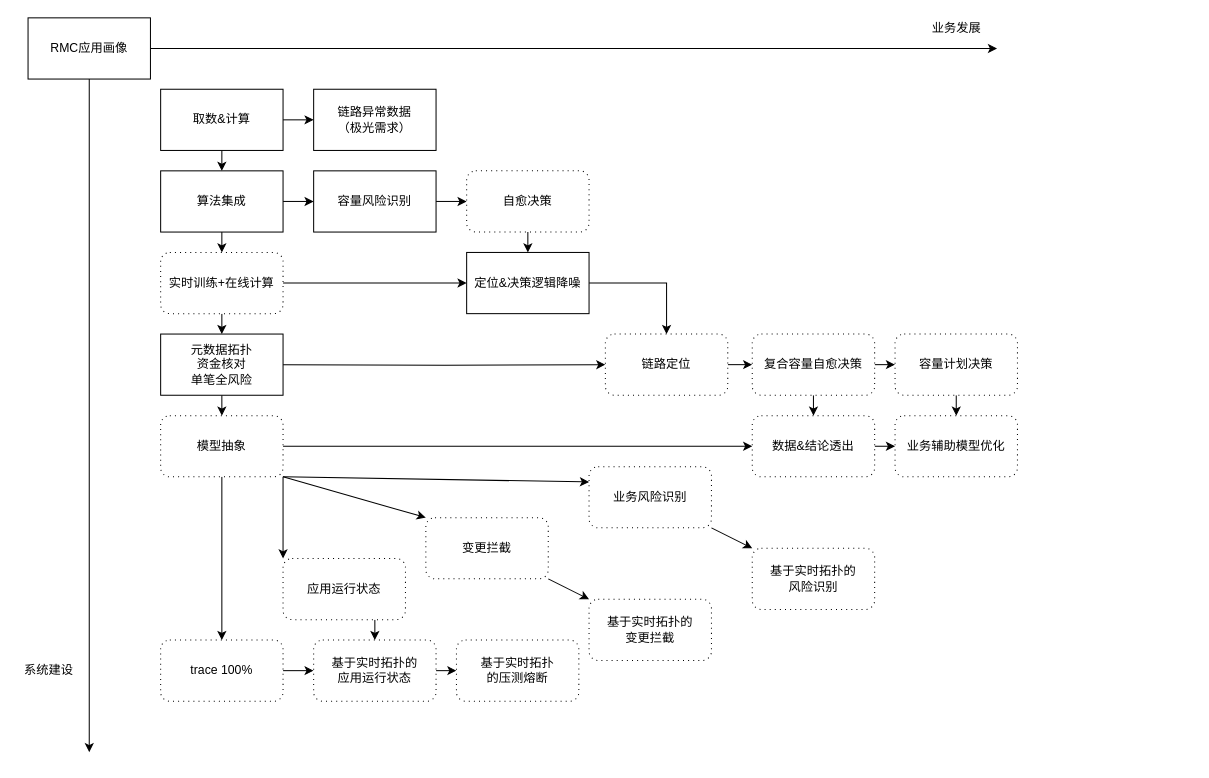
Above: 容量风险识别.drawio in frankneu/draw.io (draw.io), before the change. Source tidied: cells renumbered, new cells numbered last; positions are measured from the earlier drawing's top-left corner, leaving out a move shared by most shapes. Both pictures are drawn from the tidied source at 102%, with x=0, y=0 at pixel (17, 17).
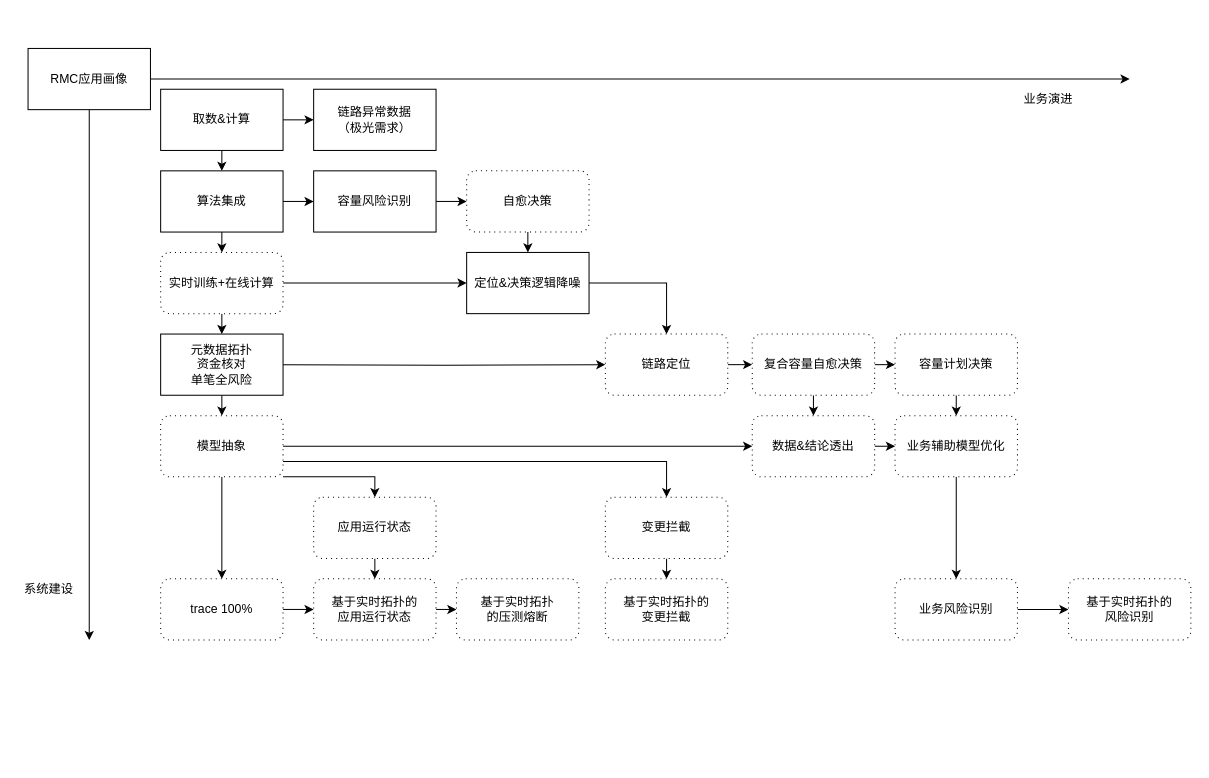
Above is the later version.

Commit message (it also covers changes not shown here):
Update 容量风险识别.drawio

Unchanged cells that the change refers to:
```xml
<mxCell id="16" value="模型抽象" style="shape=ext;rounded=1;html=1;whiteSpace=wrap;dashed=1;dashPattern=1 4;" parent="1" vertex="1">
  <mxGeometry x="140" y="390" width="120" height="60" as="geometry" />
</mxCell>
<mxCell id="49" value="&lt;span&gt;业务辅助模型优化&lt;/span&gt;" style="shape=ext;rounded=1;html=1;whiteSpace=wrap;dashed=1;dashPattern=1 4;" parent="1" vertex="1">
  <mxGeometry x="860" y="390" width="120" height="60" as="geometry" />
</mxCell>
```

The edit, as a diff of the source:
```diff
@@
     <mxCell id="2" style="edgeStyle=orthogonalEdgeStyle;rounded=0;jettySize=auto;html=1;exitX=1;exitY=0.5;exitDx=0;exitDy=0;" parent="1" edge="1" source="4">
       <mxGeometry relative="1" as="geometry">
-        <mxPoint x="960" y="30" as="targetPoint" />
+        <mxPoint x="1090" y="60" as="targetPoint" />
       </mxGeometry>
     </mxCell>
     <mxCell id="3" style="edgeStyle=orthogonalEdgeStyle;rounded=0;jettySize=auto;html=1;exitX=0.5;exitY=1;exitDx=0;exitDy=0;" parent="1" edge="1" source="4">
       <mxGeometry relative="1" as="geometry">
-        <mxPoint x="70" y="720" as="targetPoint" />
+        <mxPoint x="70" y="610" as="targetPoint" />
       </mxGeometry>
     </mxCell>
     <mxCell id="4" value="RMC应用画像" style="rounded=0;whiteSpace=wrap;html=1;" parent="1" vertex="1">
-      <mxGeometry x="10" width="120" height="60" as="geometry" />
+      <mxGeometry x="10" y="30" width="120" height="60" as="geometry" />
     </mxCell>
@@
-    <mxCell id="11" style="rounded=0;jettySize=auto;html=1;exitX=1;exitY=1;exitDx=0;exitDy=0;entryX=0;entryY=0;entryDx=0;entryDy=0;" parent="1" edge="1" source="16" target="39">
-      <mxGeometry relative="1" as="geometry" />
-    </mxCell>
-    <mxCell id="12" style="edgeStyle=none;rounded=0;jettySize=auto;html=1;exitX=1;exitY=1;exitDx=0;exitDy=0;entryX=0;entryY=0.25;entryDx=0;entryDy=0;" parent="1" edge="1" source="16" target="41">
-      <mxGeometry relative="1" as="geometry" />
-    </mxCell>
-    <mxCell id="13" style="edgeStyle=none;rounded=0;jettySize=auto;html=1;exitX=1;exitY=1;exitDx=0;exitDy=0;entryX=0;entryY=0;entryDx=0;entryDy=0;" parent="1" edge="1" source="16" target="43">
-      <mxGeometry relative="1" as="geometry" />
-    </mxCell>
@@
+    <mxCell id="13" style="edgeStyle=orthogonalEdgeStyle;rounded=0;jettySize=auto;html=1;exitX=1;exitY=1;exitDx=0;exitDy=0;entryX=0.5;entryY=0;entryDx=0;entryDy=0;" parent="1" edge="1" source="16" target="43">
+      <mxGeometry relative="1" as="geometry">
+        <Array as="points">
+          <mxPoint x="350" y="450" />
+        </Array>
+      </mxGeometry>
+    </mxCell>
+    <mxCell id="11" style="edgeStyle=orthogonalEdgeStyle;rounded=0;jettySize=auto;html=1;exitX=1;exitY=0.75;exitDx=0;exitDy=0;entryX=0.5;entryY=0;entryDx=0;entryDy=0;" parent="1" edge="1" source="16" target="39">
+      <mxGeometry relative="1" as="geometry" />
+    </mxCell>
@@
-    <mxCell id="29" value="业务发展" style="text;html=1;align=center;verticalAlign=middle;" parent="1" vertex="1">
-      <mxGeometry x="890" width="60" height="20" as="geometry" />
+    <mxCell id="29" value="业务演进" style="text;html=1;align=center;verticalAlign=middle;" parent="1" vertex="1">
+      <mxGeometry x="980" y="70" width="60" height="20" as="geometry" />
     </mxCell>
     <mxCell id="30" value="系统建设" style="text;html=1;align=center;verticalAlign=middle;" parent="1" vertex="1">
-      <mxGeometry y="630" width="60" height="20" as="geometry" />
+      <mxGeometry y="550" width="60" height="20" as="geometry" />
     </mxCell>
@@
-    <mxCell id="38" style="edgeStyle=none;rounded=0;jettySize=auto;html=1;exitX=1;exitY=1;exitDx=0;exitDy=0;entryX=0;entryY=0;entryDx=0;entryDy=0;" parent="1" edge="1" source="39" target="53">
-      <mxGeometry relative="1" as="geometry">
-        <Array as="points">
-          <mxPoint x="520" y="550" />
-        </Array>
-      </mxGeometry>
+    <mxCell id="38" style="edgeStyle=orthogonalEdgeStyle;rounded=0;jettySize=auto;html=1;exitX=0.5;exitY=1;exitDx=0;exitDy=0;entryX=0.5;entryY=0;entryDx=0;entryDy=0;" parent="1" edge="1" source="39" target="53">
+      <mxGeometry relative="1" as="geometry" />
     </mxCell>
     <mxCell id="39" value="&lt;span&gt;变更拦截&lt;/span&gt;" style="shape=ext;rounded=1;html=1;whiteSpace=wrap;dashed=1;dashPattern=1 4;" parent="1" vertex="1">
-      <mxGeometry x="400" y="490" width="120" height="60" as="geometry" />
+      <mxGeometry x="576" y="470" width="120" height="60" as="geometry" />
     </mxCell>
-    <mxCell id="40" style="edgeStyle=none;rounded=0;jettySize=auto;html=1;exitX=1;exitY=1;exitDx=0;exitDy=0;entryX=0;entryY=0;entryDx=0;entryDy=0;" parent="1" edge="1" source="41" target="54">
+    <mxCell id="40" style="edgeStyle=orthogonalEdgeStyle;rounded=0;jettySize=auto;html=1;exitX=1;exitY=0.5;exitDx=0;exitDy=0;" parent="1" edge="1" source="41" target="54">
       <mxGeometry relative="1" as="geometry" />
     </mxCell>
     <mxCell id="41" value="业务风险识别" style="shape=ext;rounded=1;html=1;whiteSpace=wrap;dashed=1;dashPattern=1 4;" parent="1" vertex="1">
-      <mxGeometry x="560" y="440" width="120" height="60" as="geometry" />
+      <mxGeometry x="860" y="550" width="120" height="60" as="geometry" />
     </mxCell>
-    <mxCell id="42" style="edgeStyle=none;rounded=0;jettySize=auto;html=1;exitX=0.75;exitY=1;exitDx=0;exitDy=0;entryX=0.5;entryY=0;entryDx=0;entryDy=0;" parent="1" edge="1" source="43" target="51">
+    <mxCell id="42" style="edgeStyle=orthogonalEdgeStyle;rounded=0;jettySize=auto;html=1;exitX=0.5;exitY=1;exitDx=0;exitDy=0;entryX=0.5;entryY=0;entryDx=0;entryDy=0;" parent="1" edge="1" source="43" target="51">
       <mxGeometry relative="1" as="geometry" />
     </mxCell>
     <mxCell id="43" value="应用运行状态" style="shape=ext;rounded=1;html=1;whiteSpace=wrap;dashed=1;dashPattern=1 4;" parent="1" vertex="1">
-      <mxGeometry x="260" y="530" width="120" height="60" as="geometry" />
+      <mxGeometry x="290" y="470" width="120" height="60" as="geometry" />
     </mxCell>
@@
     <mxCell id="45" value="trace 100%" style="shape=ext;rounded=1;html=1;whiteSpace=wrap;dashed=1;dashPattern=1 4;" parent="1" vertex="1">
-      <mxGeometry x="140" y="610" width="120" height="60" as="geometry" />
+      <mxGeometry x="140" y="550" width="120" height="60" as="geometry" />
     </mxCell>
@@
+    <mxCell id="55" style="edgeStyle=orthogonalEdgeStyle;rounded=0;jettySize=auto;html=1;exitX=0.5;exitY=1;exitDx=0;exitDy=0;entryX=0.5;entryY=0;entryDx=0;entryDy=0;" parent="1" edge="1" source="49" target="41">
+      <mxGeometry relative="1" as="geometry" />
+    </mxCell>
@@
     <mxCell id="51" value="基于实时拓扑的&lt;br&gt;应用运行状态" style="shape=ext;rounded=1;html=1;whiteSpace=wrap;dashed=1;dashPattern=1 4;" parent="1" vertex="1">
-      <mxGeometry x="290" y="610" width="120" height="60" as="geometry" />
+      <mxGeometry x="290" y="550" width="120" height="60" as="geometry" />
     </mxCell>
     <mxCell id="52" value="基于实时拓扑&lt;br&gt;的压测熔断" style="shape=ext;rounded=1;html=1;whiteSpace=wrap;dashed=1;dashPattern=1 4;" parent="1" vertex="1">
-      <mxGeometry x="430" y="610" width="120" height="60" as="geometry" />
+      <mxGeometry x="430" y="550" width="120" height="60" as="geometry" />
     </mxCell>
     <mxCell id="53" value="基于实时拓扑的&lt;br&gt;变更拦截" style="shape=ext;rounded=1;html=1;whiteSpace=wrap;dashed=1;dashPattern=1 4;" parent="1" vertex="1">
-      <mxGeometry x="560" y="570" width="120" height="60" as="geometry" />
+      <mxGeometry x="576" y="550" width="120" height="60" as="geometry" />
     </mxCell>
     <mxCell id="54" value="基于实时拓扑的&lt;br&gt;风险识别" style="shape=ext;rounded=1;html=1;whiteSpace=wrap;dashed=1;dashPattern=1 4;" parent="1" vertex="1">
-      <mxGeometry x="720" y="520" width="120" height="60" as="geometry" />
+      <mxGeometry x="1030" y="550" width="120" height="60" as="geometry" />
     </mxCell>
```
